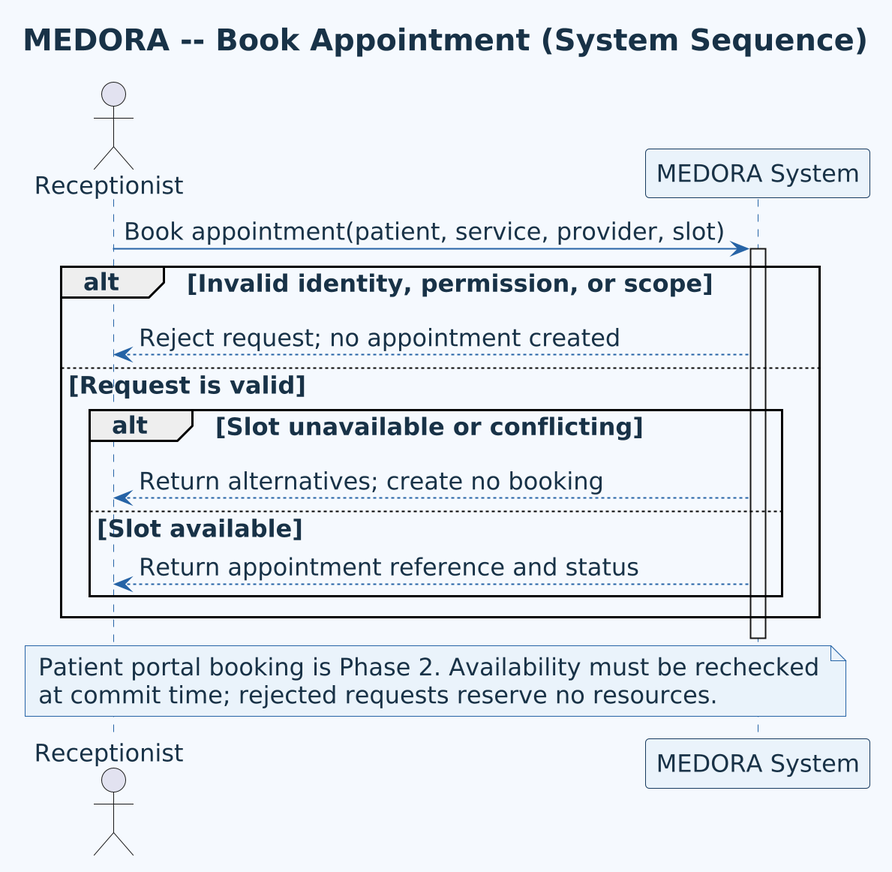
This is doc/asset/05-behavioral-modeling-implementation/behavioral-uml/sequence-by-function/appointment/figure/appointment-booking.png from DucDung-1107/SysDes_2026.1_Group_08, a PlantUML export, as it was before one commit.
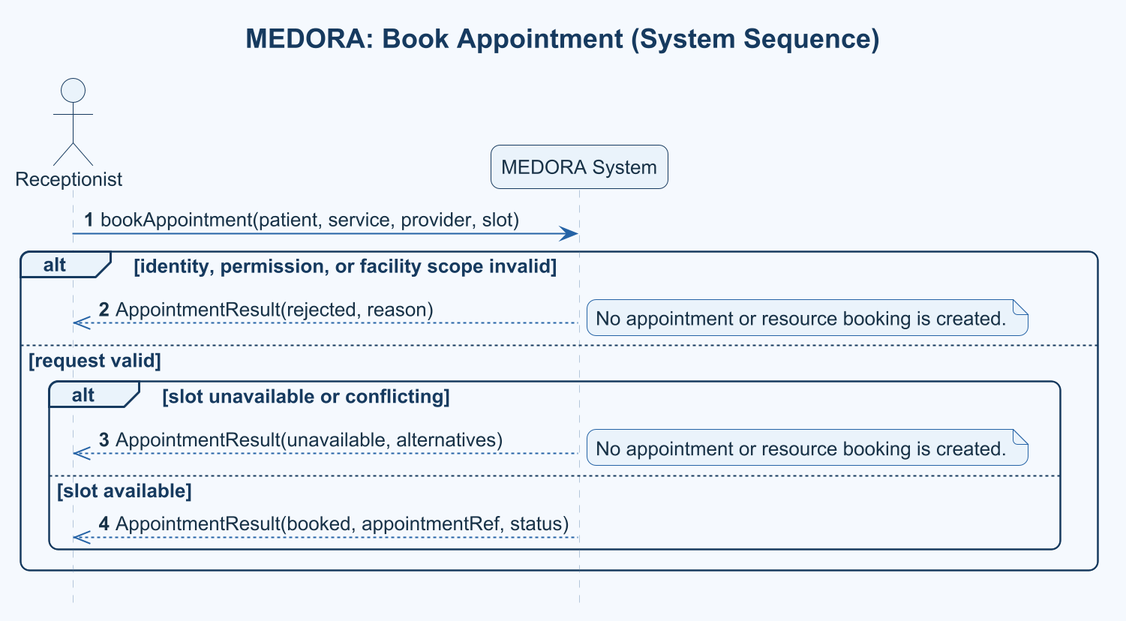
Above is the later version.

The edit, as a diff of the source:
```diff
@@ -1,42 +1,24 @@
 @startuml
-title MEDORA -- Book Appointment (System Sequence)
-skinparam shadowing false
+title MEDORA: Book Appointment (System Sequence)
+!include ../../../../../shared/templates/medora-style.puml
 skinparam dpi 192
-skinparam backgroundColor #F5F9FE
-skinparam defaultFontName Arial
-skinparam defaultFontColor #183247
-skinparam defaultFontSize 16
-skinparam titleFontSize 20
-skinparam note {
-  BackgroundColor #EAF3FB
-  BorderColor #2563A6
-  FontColor #183247
-}
-skinparam ArrowColor #2563A6
-skinparam sequence {
-  ParticipantBackgroundColor #EAF3FB
-  ParticipantBorderColor #163A5F
-  ParticipantFontColor #183247
-  LifeLineBorderColor #2563A6
-  LifeLineBackgroundColor #F5F9FE
-}
+skinparam defaultFontSize 13
+skinparam titleFontSize 18
+hide footbox
+autonumber
 actor Receptionist
 participant "MEDORA System" as System
 
-Receptionist -> System: Book appointment(patient, service, provider, slot)
-activate System
-alt Invalid identity, permission, or scope
-  System --> Receptionist: Reject request; no appointment created
-else Request is valid
-  alt Slot unavailable or conflicting
-    System --> Receptionist: Return alternatives; create no booking
-  else Slot available
-    System --> Receptionist: Return appointment reference and status
+Receptionist -> System: bookAppointment(patient, service, provider, slot)
+alt identity, permission, or facility scope invalid
+  System -->> Receptionist: AppointmentResult(rejected, reason)
+  note right: No appointment or resource booking is created.
+else request valid
+  alt slot unavailable or conflicting
+    System -->> Receptionist: AppointmentResult(unavailable, alternatives)
+    note right: No appointment or resource booking is created.
+  else slot available
+    System -->> Receptionist: AppointmentResult(booked, appointmentRef, status)
   end
 end
-deactivate System
-note over Receptionist, System
-  Patient portal booking is Phase 2. Availability must be rechecked
-  at commit time; rejected requests reserve no resources.
-end note
 @enduml
```
